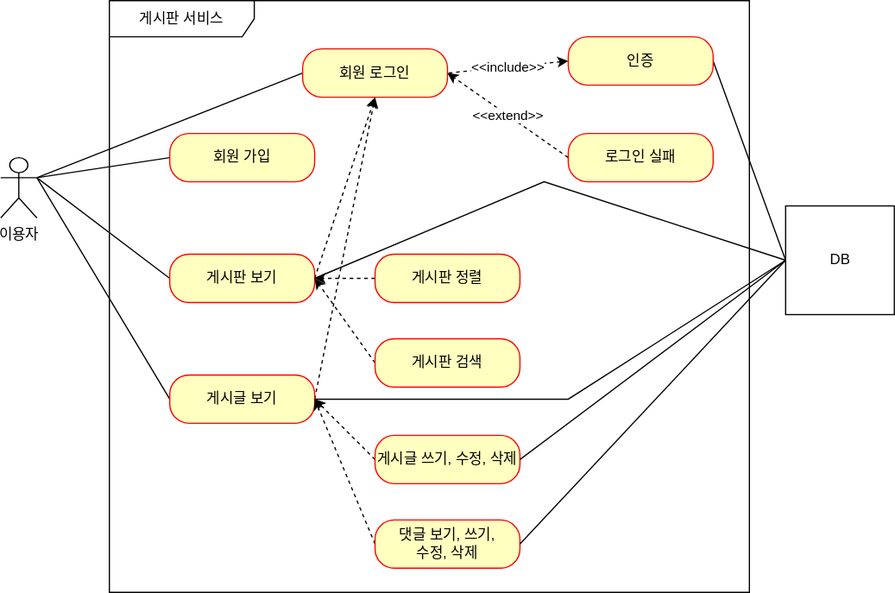
The draw.io diagram document/use-case.drawio.svg in BBlack-Hun/fastcampus-project-board, before a commit. Source tidied: cells renumbered, new cells last; positions are measured from the earlier drawing's top-left corner, leaving out a move shared by most shapes.
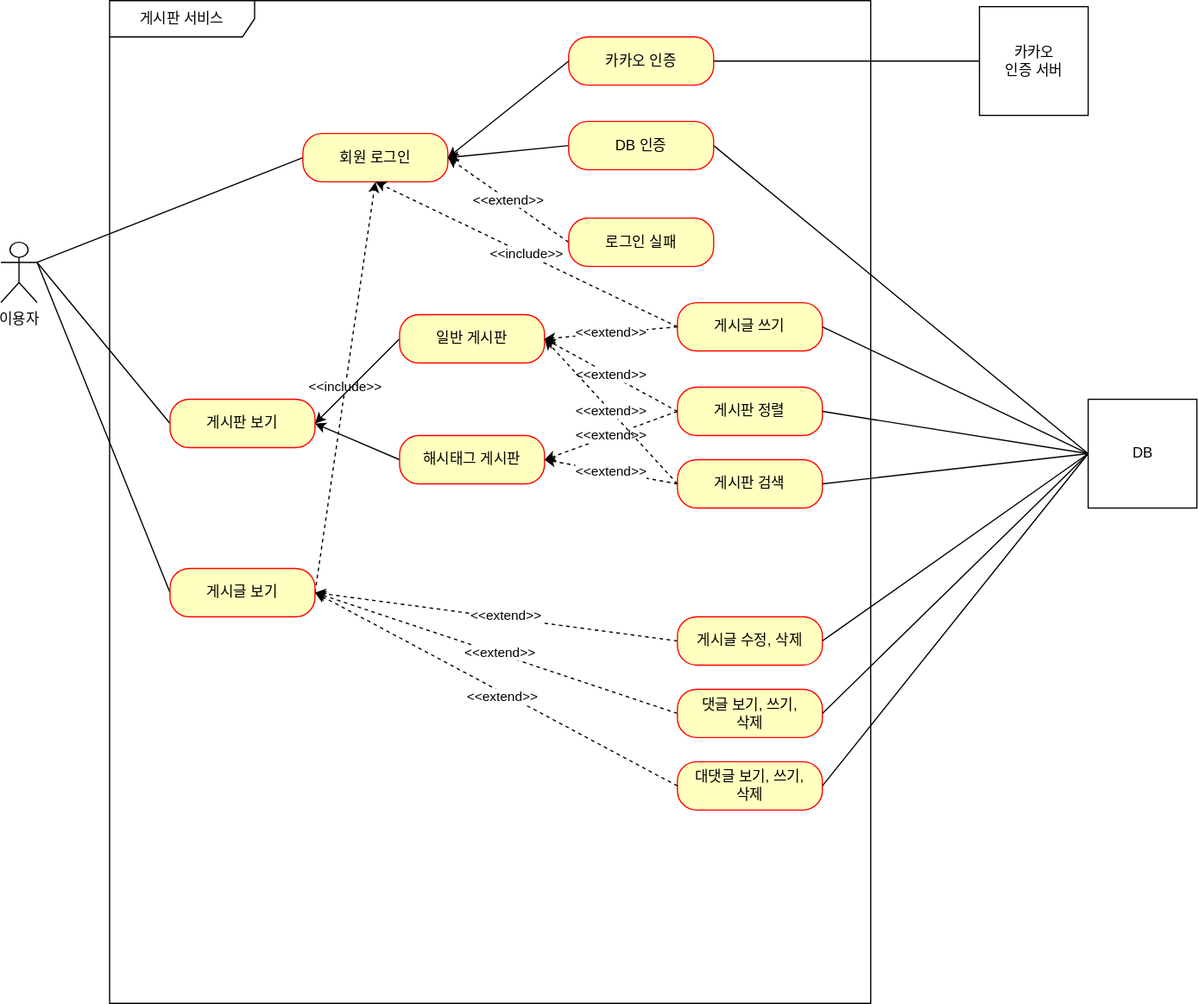
The same file after the commit.

Commit message:
#62 - use-case.svg: 현재 서비스 상황에 맞춰 업데이트

Diff of the diagram source:
```diff
@@ -6,31 +6,22 @@
       <mxGeometry y="130" width="30" height="50" as="geometry" />
     </mxCell>
     <mxCell id="3" value="게시판 서비스" style="shape=umlFrame;whiteSpace=wrap;html=1;width=120;height=30;" parent="1" vertex="1">
-      <mxGeometry x="90" width="530" height="490" as="geometry" />
+      <mxGeometry x="90" y="-70" width="630" height="830" as="geometry" />
     </mxCell>
-    <mxCell id="4" style="rounded=0;jettySize=auto;html=1;exitX=0;exitY=0.5;exitDx=0;exitDy=0;endArrow=none;endFill=0;entryX=1;entryY=0.3333333333333333;entryDx=0;entryDy=0;entryPerimeter=0;" parent="1" edge="1" source="5" target="2">
-      <mxGeometry relative="1" as="geometry" />
-    </mxCell>
-    <mxCell id="5" value="회원 가입" style="rounded=1;whiteSpace=wrap;html=1;arcSize=40;fontColor=#000000;fillColor=#ffffc0;strokeColor=#ff0000;" parent="1" vertex="1">
-      <mxGeometry x="140" y="110" width="120" height="40" as="geometry" />
-    </mxCell>
     <mxCell id="6" style="edgeStyle=none;rounded=0;jettySize=auto;html=1;exitX=0;exitY=0.5;exitDx=0;exitDy=0;entryX=1;entryY=0.3333333333333333;entryDx=0;entryDy=0;entryPerimeter=0;endArrow=none;endFill=0;" parent="1" edge="1" source="8" target="2">
       <mxGeometry relative="1" as="geometry" />
     </mxCell>
-    <mxCell id="7" style="edgeStyle=none;rounded=0;jettySize=auto;html=1;exitX=1;exitY=0.5;exitDx=0;exitDy=0;entryX=0.5;entryY=1;entryDx=0;entryDy=0;dashed=1;startArrow=none;startFill=0;endArrow=classic;endFill=1;" parent="1" edge="1" source="8" target="13">
-      <mxGeometry relative="1" as="geometry" />
-    </mxCell>
     <mxCell id="8" value="게시판 보기" style="rounded=1;whiteSpace=wrap;html=1;arcSize=40;fontColor=#000000;fillColor=#ffffc0;strokeColor=#ff0000;" parent="1" vertex="1">
-      <mxGeometry x="140" y="210" width="120" height="40" as="geometry" />
+      <mxGeometry x="140" y="260" width="120" height="40" as="geometry" />
     </mxCell>
     <mxCell id="9" style="edgeStyle=none;rounded=0;jettySize=auto;html=1;exitX=0;exitY=0.5;exitDx=0;exitDy=0;endArrow=none;endFill=0;entryX=1;entryY=0.3333333333333333;entryDx=0;entryDy=0;entryPerimeter=0;" parent="1" edge="1" source="11" target="2">
       <mxGeometry relative="1" as="geometry" />
     </mxCell>
-    <mxCell id="10" style="edgeStyle=none;rounded=0;jettySize=auto;html=1;exitX=1;exitY=0.5;exitDx=0;exitDy=0;entryX=0.5;entryY=1;entryDx=0;entryDy=0;dashed=1;startArrow=none;startFill=0;endArrow=classic;endFill=1;" parent="1" edge="1" source="11" target="13">
+    <mxCell id="10" value="&amp;lt;&amp;lt;include&amp;gt;&amp;gt;" style="edgeStyle=none;rounded=0;jettySize=auto;html=1;exitX=1;exitY=0.5;exitDx=0;exitDy=0;entryX=0.5;entryY=1;entryDx=0;entryDy=0;dashed=1;startArrow=none;startFill=0;endArrow=classic;endFill=1;" parent="1" edge="1" source="11" target="13">
       <mxGeometry relative="1" as="geometry" />
     </mxCell>
     <mxCell id="11" value="게시글 보기" style="rounded=1;whiteSpace=wrap;html=1;arcSize=40;fontColor=#000000;fillColor=#ffffc0;strokeColor=#ff0000;" parent="1" vertex="1">
-      <mxGeometry x="140" y="310" width="120" height="40" as="geometry" />
+      <mxGeometry x="140" y="400" width="120" height="40" as="geometry" />
     </mxCell>
     <mxCell id="12" style="edgeStyle=none;rounded=0;jettySize=auto;html=1;exitX=0;exitY=0.5;exitDx=0;exitDy=0;entryX=1;entryY=0.3333333333333333;entryDx=0;entryDy=0;entryPerimeter=0;endArrow=none;endFill=0;" parent="1" edge="1" source="13" target="2">
       <mxGeometry relative="1" as="geometry" />
@@ -38,13 +29,13 @@
     <mxCell id="13" value="회원 로그인" style="rounded=1;whiteSpace=wrap;html=1;arcSize=40;fontColor=#000000;fillColor=#ffffc0;strokeColor=#ff0000;" parent="1" vertex="1">
       <mxGeometry x="250" y="40" width="120" height="40" as="geometry" />
     </mxCell>
-    <mxCell id="14" value="&amp;lt;&amp;lt;include&amp;gt;&amp;gt;" style="edgeStyle=none;rounded=0;jettySize=auto;html=1;exitX=0;exitY=0.5;exitDx=0;exitDy=0;entryX=1;entryY=0.5;entryDx=0;entryDy=0;endArrow=none;endFill=0;dashed=1;startArrow=classic;startFill=1;" parent="1" edge="1" source="16" target="13">
+    <mxCell id="14" style="edgeStyle=none;rounded=0;jettySize=auto;html=1;exitX=0;exitY=0.5;exitDx=0;exitDy=0;entryX=1;entryY=0.5;entryDx=0;entryDy=0;endArrow=classic;endFill=1;startArrow=none;startFill=0;" parent="1" edge="1" source="16" target="13">
       <mxGeometry relative="1" as="geometry" />
     </mxCell>
     <mxCell id="15" style="edgeStyle=none;rounded=0;jettySize=auto;html=1;exitX=1;exitY=0.5;exitDx=0;exitDy=0;entryX=0;entryY=0.5;entryDx=0;entryDy=0;startArrow=none;startFill=0;endArrow=none;endFill=0;" parent="1" edge="1" source="16" target="32">
       <mxGeometry relative="1" as="geometry" />
     </mxCell>
-    <mxCell id="16" value="인증" style="rounded=1;whiteSpace=wrap;html=1;arcSize=40;fontColor=#000000;fillColor=#ffffc0;strokeColor=#ff0000;" parent="1" vertex="1">
+    <mxCell id="16" value="DB 인증" style="rounded=1;whiteSpace=wrap;html=1;arcSize=40;fontColor=#000000;fillColor=#ffffc0;strokeColor=#ff0000;" parent="1" vertex="1">
       <mxGeometry x="470" y="30" width="120" height="40" as="geometry" />
     </mxCell>
     <mxCell id="17" value="&amp;lt;&amp;lt;extend&amp;gt;&amp;gt;" style="edgeStyle=none;rounded=0;jettySize=auto;html=1;exitX=0;exitY=0.5;exitDx=0;exitDy=0;dashed=1;endArrow=classic;endFill=1;entryX=1;entryY=0.5;entryDx=0;entryDy=0;" parent="1" edge="1" source="18" target="13">
@@ -53,57 +44,104 @@
     <mxCell id="18" value="로그인 실패" style="rounded=1;whiteSpace=wrap;html=1;arcSize=40;fontColor=#000000;fillColor=#ffffc0;strokeColor=#ff0000;" parent="1" vertex="1">
       <mxGeometry x="470" y="110" width="120" height="40" as="geometry" />
     </mxCell>
-    <mxCell id="19" style="edgeStyle=none;rounded=0;jettySize=auto;html=1;exitX=0;exitY=0.5;exitDx=0;exitDy=0;dashed=1;startArrow=none;startFill=0;endArrow=classic;endFill=1;" parent="1" edge="1" source="21" target="8">
+    <mxCell id="19" style="edgeStyle=none;rounded=0;jettySize=auto;html=1;exitX=0;exitY=0.5;exitDx=0;exitDy=0;startArrow=none;startFill=0;endArrow=classic;endFill=1;entryX=1;entryY=0.5;entryDx=0;entryDy=0;" parent="1" edge="1" source="21" target="8">
       <mxGeometry relative="1" as="geometry" />
     </mxCell>
-    <mxCell id="20" style="edgeStyle=none;rounded=0;jettySize=auto;html=1;startArrow=none;startFill=0;endArrow=none;endFill=0;" parent="1" edge="1" source="21">
-      <mxGeometry relative="1" as="geometry">
-        <mxPoint x="400" y="226.7" as="targetPoint" />
-      </mxGeometry>
-    </mxCell>
-    <mxCell id="21" value="게시판 정렬" style="rounded=1;whiteSpace=wrap;html=1;arcSize=40;fontColor=#000000;fillColor=#ffffc0;strokeColor=#ff0000;" parent="1" vertex="1">
-      <mxGeometry x="310" y="210" width="120" height="40" as="geometry" />
+    <mxCell id="21" value="일반 게시판" style="rounded=1;whiteSpace=wrap;html=1;arcSize=40;fontColor=#000000;fillColor=#ffffc0;strokeColor=#ff0000;" parent="1" vertex="1">
+      <mxGeometry x="330" y="190" width="120" height="40" as="geometry" />
     </mxCell>
-    <mxCell id="22" style="edgeStyle=none;rounded=0;jettySize=auto;html=1;exitX=0;exitY=0.5;exitDx=0;exitDy=0;entryX=1;entryY=0.5;entryDx=0;entryDy=0;dashed=1;startArrow=none;startFill=0;endArrow=classic;endFill=1;" parent="1" edge="1" source="23" target="8">
+    <mxCell id="22" style="edgeStyle=none;rounded=0;jettySize=auto;html=1;exitX=0;exitY=0.5;exitDx=0;exitDy=0;entryX=1;entryY=0.5;entryDx=0;entryDy=0;startArrow=none;startFill=0;endArrow=classic;endFill=1;" parent="1" edge="1" source="23" target="8">
       <mxGeometry relative="1" as="geometry" />
     </mxCell>
-    <mxCell id="23" value="게시판 검색" style="rounded=1;whiteSpace=wrap;html=1;arcSize=40;fontColor=#000000;fillColor=#ffffc0;strokeColor=#ff0000;" parent="1" vertex="1">
-      <mxGeometry x="310" y="280" width="120" height="40" as="geometry" />
+    <mxCell id="23" value="해시태그 게시판" style="rounded=1;whiteSpace=wrap;html=1;arcSize=40;fontColor=#000000;fillColor=#ffffc0;strokeColor=#ff0000;" parent="1" vertex="1">
+      <mxGeometry x="330" y="290" width="120" height="40" as="geometry" />
     </mxCell>
-    <mxCell id="24" style="edgeStyle=none;rounded=0;jettySize=auto;html=1;exitX=0;exitY=0.5;exitDx=0;exitDy=0;entryX=1;entryY=0.5;entryDx=0;entryDy=0;dashed=1;startArrow=none;startFill=0;endArrow=classic;endFill=1;" parent="1" edge="1" source="25" target="11">
+    <mxCell id="24" style="edgeStyle=none;rounded=0;jettySize=auto;html=1;exitX=0;exitY=0.5;exitDx=0;exitDy=0;entryX=1;entryY=0.5;entryDx=0;entryDy=0;dashed=1;startArrow=none;startFill=0;endArrow=classic;endFill=1;" parent="1" edge="1" source="39" target="11">
       <mxGeometry relative="1" as="geometry" />
     </mxCell>
-    <mxCell id="25" value="게시글 쓰기, 수정, 삭제" style="rounded=1;whiteSpace=wrap;html=1;arcSize=40;fontColor=#000000;fillColor=#ffffc0;strokeColor=#ff0000;" parent="1" vertex="1">
-      <mxGeometry x="310" y="360" width="120" height="40" as="geometry" />
-    </mxCell>
+    <mxCell id="33" value="&amp;lt;&amp;lt;extend&amp;gt;&amp;gt;" style="edgeLabel;html=1;align=center;verticalAlign=middle;" parent="24" vertex="1">
+      <mxGeometry x="-0.05" y="-2" relative="1" as="geometry" />
+    </mxCell>
-    <mxCell id="26" style="edgeStyle=none;rounded=0;jettySize=auto;html=1;exitX=0;exitY=0.5;exitDx=0;exitDy=0;entryX=1;entryY=0.5;entryDx=0;entryDy=0;dashed=1;startArrow=none;startFill=0;endArrow=classic;endFill=1;" parent="1" edge="1" source="27" target="11">
+    <mxCell id="26" style="edgeStyle=none;rounded=0;jettySize=auto;html=1;exitX=0;exitY=0.5;exitDx=0;exitDy=0;entryX=1;entryY=0.5;entryDx=0;entryDy=0;dashed=1;startArrow=none;startFill=0;endArrow=classic;endFill=1;" parent="1" edge="1" source="43" target="11">
       <mxGeometry relative="1" as="geometry" />
     </mxCell>
-    <mxCell id="27" value="댓글 보기, 쓰기, &lt;br&gt;수정, 삭제" style="rounded=1;whiteSpace=wrap;html=1;arcSize=40;fontColor=#000000;fillColor=#ffffc0;strokeColor=#ff0000;" parent="1" vertex="1">
-      <mxGeometry x="310" y="430" width="120" height="40" as="geometry" />
-    </mxCell>
-    <mxCell id="28" style="edgeStyle=none;rounded=0;jettySize=auto;html=1;exitX=0;exitY=0.5;exitDx=0;exitDy=0;entryX=1;entryY=0.5;entryDx=0;entryDy=0;startArrow=none;startFill=0;endArrow=none;endFill=0;" parent="1" edge="1" source="32" target="8">
-      <mxGeometry relative="1" as="geometry">
-        <Array as="points">
-          <mxPoint x="450" y="150" />
-        </Array>
-      </mxGeometry>
-    </mxCell>
-    <mxCell id="29" style="edgeStyle=none;rounded=0;jettySize=auto;html=1;exitX=0;exitY=0.5;exitDx=0;exitDy=0;entryX=1;entryY=0.5;entryDx=0;entryDy=0;startArrow=none;startFill=0;endArrow=none;endFill=0;" parent="1" edge="1" source="32" target="11">
-      <mxGeometry relative="1" as="geometry">
-        <Array as="points">
-          <mxPoint x="470" y="330" />
-        </Array>
-      </mxGeometry>
-    </mxCell>
-    <mxCell id="30" style="edgeStyle=none;rounded=0;jettySize=auto;html=1;exitX=0;exitY=0.5;exitDx=0;exitDy=0;entryX=1;entryY=0.5;entryDx=0;entryDy=0;startArrow=none;startFill=0;endArrow=none;endFill=0;" parent="1" edge="1" source="32" target="25">
-      <mxGeometry relative="1" as="geometry" />
-    </mxCell>
-    <mxCell id="31" style="edgeStyle=none;rounded=0;jettySize=auto;html=1;exitX=0;exitY=0.5;exitDx=0;exitDy=0;entryX=1;entryY=0.5;entryDx=0;entryDy=0;startArrow=none;startFill=0;endArrow=none;endFill=0;" parent="1" edge="1" source="32" target="27">
-      <mxGeometry relative="1" as="geometry" />
-    </mxCell>
+    <mxCell id="34" value="&amp;lt;&amp;lt;extend&amp;gt;&amp;gt;" style="edgeLabel;html=1;align=center;verticalAlign=middle;" parent="26" vertex="1">
+      <mxGeometry x="-0.02" y="-1" relative="1" as="geometry" />
+    </mxCell>
     <mxCell id="32" value="DB" style="html=1;" parent="1" vertex="1">
-      <mxGeometry x="650" y="170" width="90" height="90" as="geometry" />
+      <mxGeometry x="900" y="260" width="90" height="90" as="geometry" />
     </mxCell>
+    <mxCell id="35" style="edgeStyle=orthogonalEdgeStyle;rounded=0;jettySize=auto;html=1;exitX=1;exitY=0.5;exitDx=0;exitDy=0;entryX=0;entryY=0.5;entryDx=0;entryDy=0;startArrow=none;startFill=0;endArrow=none;endFill=0;" parent="1" edge="1" source="36" target="38">
+      <mxGeometry relative="1" as="geometry" />
+    </mxCell>
+    <mxCell id="36" value="카카오 인증" style="rounded=1;whiteSpace=wrap;html=1;arcSize=40;fontColor=#000000;fillColor=#ffffc0;strokeColor=#ff0000;" parent="1" vertex="1">
+      <mxGeometry x="470" y="-40" width="120" height="40" as="geometry" />
+    </mxCell>
+    <mxCell id="37" style="edgeStyle=none;rounded=0;jettySize=auto;html=1;exitX=0;exitY=0.5;exitDx=0;exitDy=0;entryX=1;entryY=0.5;entryDx=0;entryDy=0;endArrow=classic;endFill=1;startArrow=none;startFill=0;" parent="1" edge="1" source="36" target="13">
+      <mxGeometry relative="1" as="geometry" />
+    </mxCell>
+    <mxCell id="38" value="카카오&lt;br&gt;인증 서버" style="html=1;" parent="1" vertex="1">
+      <mxGeometry x="810" y="-65" width="90" height="90" as="geometry" />
+    </mxCell>
+    <mxCell id="39" value="게시글 수정, 삭제" style="rounded=1;whiteSpace=wrap;html=1;arcSize=40;fontColor=#000000;fillColor=#ffffc0;strokeColor=#ff0000;" parent="1" vertex="1">
+      <mxGeometry x="560" y="440" width="120" height="40" as="geometry" />
+    </mxCell>
+    <mxCell id="40" value="게시판 검색" style="rounded=1;whiteSpace=wrap;html=1;arcSize=40;fontColor=#000000;fillColor=#ffffc0;strokeColor=#ff0000;" parent="1" vertex="1">
+      <mxGeometry x="560" y="310" width="120" height="40" as="geometry" />
+    </mxCell>
+    <mxCell id="41" value="게시글 쓰기" style="rounded=1;whiteSpace=wrap;html=1;arcSize=40;fontColor=#000000;fillColor=#ffffc0;strokeColor=#ff0000;" parent="1" vertex="1">
+      <mxGeometry x="560" y="180" width="120" height="40" as="geometry" />
+    </mxCell>
+    <mxCell id="42" value="게시판 정렬" style="rounded=1;whiteSpace=wrap;html=1;arcSize=40;fontColor=#000000;fillColor=#ffffc0;strokeColor=#ff0000;" parent="1" vertex="1">
+      <mxGeometry x="560" y="250" width="120" height="40" as="geometry" />
+    </mxCell>
+    <mxCell id="43" value="댓글 보기, 쓰기,&lt;br&gt;삭제" style="rounded=1;whiteSpace=wrap;html=1;arcSize=40;fontColor=#000000;fillColor=#ffffc0;strokeColor=#ff0000;" parent="1" vertex="1">
+      <mxGeometry x="560" y="500" width="120" height="40" as="geometry" />
+    </mxCell>
+    <mxCell id="44" value="대댓글 보기, 쓰기,&lt;br&gt;삭제" style="rounded=1;whiteSpace=wrap;html=1;arcSize=40;fontColor=#000000;fillColor=#ffffc0;strokeColor=#ff0000;" parent="1" vertex="1">
+      <mxGeometry x="560" y="560" width="120" height="40" as="geometry" />
+    </mxCell>
+    <mxCell id="45" style="edgeStyle=none;rounded=0;jettySize=auto;html=1;exitX=0;exitY=0.5;exitDx=0;exitDy=0;dashed=1;startArrow=none;startFill=0;endArrow=classic;endFill=1;entryX=1;entryY=0.5;entryDx=0;entryDy=0;" parent="1" edge="1" source="44" target="11">
+      <mxGeometry relative="1" as="geometry" />
+    </mxCell>
+    <mxCell id="46" value="&amp;lt;&amp;lt;extend&amp;gt;&amp;gt;" style="edgeLabel;html=1;align=center;verticalAlign=middle;" parent="45" vertex="1">
+      <mxGeometry x="-0.04" y="3" relative="1" as="geometry" />
+    </mxCell>
+    <mxCell id="47" style="edgeStyle=none;rounded=0;jettySize=auto;html=1;exitX=1;exitY=0.5;exitDx=0;exitDy=0;entryX=0;entryY=0.5;entryDx=0;entryDy=0;startArrow=none;startFill=0;endArrow=none;endFill=0;" parent="1" edge="1" source="41" target="32">
+      <mxGeometry relative="1" as="geometry" />
+    </mxCell>
+    <mxCell id="48" style="edgeStyle=none;rounded=0;jettySize=auto;html=1;exitX=1;exitY=0.5;exitDx=0;exitDy=0;entryX=0;entryY=0.5;entryDx=0;entryDy=0;startArrow=none;startFill=0;endArrow=none;endFill=0;" parent="1" edge="1" source="42" target="32">
+      <mxGeometry relative="1" as="geometry" />
+    </mxCell>
+    <mxCell id="49" style="edgeStyle=none;rounded=0;jettySize=auto;html=1;exitX=1;exitY=0.5;exitDx=0;exitDy=0;entryX=0;entryY=0.5;entryDx=0;entryDy=0;startArrow=none;startFill=0;endArrow=none;endFill=0;" parent="1" edge="1" source="40" target="32">
+      <mxGeometry relative="1" as="geometry" />
+    </mxCell>
+    <mxCell id="50" style="edgeStyle=none;rounded=0;jettySize=auto;html=1;exitX=1;exitY=0.5;exitDx=0;exitDy=0;entryX=0;entryY=0.5;entryDx=0;entryDy=0;startArrow=none;startFill=0;endArrow=none;endFill=0;" parent="1" edge="1" source="39" target="32">
+      <mxGeometry relative="1" as="geometry" />
+    </mxCell>
+    <mxCell id="51" style="edgeStyle=none;rounded=0;jettySize=auto;html=1;exitX=1;exitY=0.5;exitDx=0;exitDy=0;entryX=0;entryY=0.5;entryDx=0;entryDy=0;startArrow=none;startFill=0;endArrow=none;endFill=0;" parent="1" edge="1" source="44" target="32">
+      <mxGeometry relative="1" as="geometry" />
+    </mxCell>
+    <mxCell id="52" style="edgeStyle=none;rounded=0;jettySize=auto;html=1;exitX=1;exitY=0.5;exitDx=0;exitDy=0;entryX=0;entryY=0.5;entryDx=0;entryDy=0;startArrow=none;startFill=0;endArrow=none;endFill=0;" parent="1" edge="1" source="43" target="32">
+      <mxGeometry relative="1" as="geometry" />
+    </mxCell>
+    <mxCell id="53" value="&amp;lt;&amp;lt;include&amp;gt;&amp;gt;" style="edgeStyle=none;rounded=0;jettySize=auto;html=1;exitX=0;exitY=0.5;exitDx=0;exitDy=0;dashed=1;endArrow=classic;endFill=1;entryX=0.5;entryY=1;entryDx=0;entryDy=0;" parent="1" edge="1" source="41" target="13">
+      <mxGeometry relative="1" as="geometry" />
+    </mxCell>
+    <mxCell id="54" value="&amp;lt;&amp;lt;extend&amp;gt;&amp;gt;" style="edgeStyle=none;rounded=0;jettySize=auto;html=1;exitX=0;exitY=0.5;exitDx=0;exitDy=0;dashed=1;endArrow=classic;endFill=1;entryX=1;entryY=0.5;entryDx=0;entryDy=0;" parent="1" edge="1" source="41" target="21">
+      <mxGeometry relative="1" as="geometry" />
+    </mxCell>
+    <mxCell id="55" value="&amp;lt;&amp;lt;extend&amp;gt;&amp;gt;" style="edgeStyle=none;rounded=0;jettySize=auto;html=1;exitX=0;exitY=0.5;exitDx=0;exitDy=0;dashed=1;endArrow=classic;endFill=1;entryX=1;entryY=0.5;entryDx=0;entryDy=0;" parent="1" edge="1" source="42" target="23">
+      <mxGeometry relative="1" as="geometry" />
+    </mxCell>
+    <mxCell id="56" value="&amp;lt;&amp;lt;extend&amp;gt;&amp;gt;" style="edgeStyle=none;rounded=0;jettySize=auto;html=1;exitX=0;exitY=0.5;exitDx=0;exitDy=0;dashed=1;endArrow=classic;endFill=1;entryX=1;entryY=0.5;entryDx=0;entryDy=0;" parent="1" edge="1" source="40" target="23">
+      <mxGeometry relative="1" as="geometry" />
+    </mxCell>
+    <mxCell id="57" value="&amp;lt;&amp;lt;extend&amp;gt;&amp;gt;" style="edgeStyle=none;rounded=0;jettySize=auto;html=1;exitX=0;exitY=0.5;exitDx=0;exitDy=0;dashed=1;endArrow=classic;endFill=1;entryX=1;entryY=0.5;entryDx=0;entryDy=0;" parent="1" edge="1" source="42" target="21">
+      <mxGeometry relative="1" as="geometry" />
+    </mxCell>
+    <mxCell id="58" value="&amp;lt;&amp;lt;extend&amp;gt;&amp;gt;" style="edgeStyle=none;rounded=0;jettySize=auto;html=1;exitX=0;exitY=0.5;exitDx=0;exitDy=0;dashed=1;endArrow=classic;endFill=1;entryX=1;entryY=0.5;entryDx=0;entryDy=0;" parent="1" edge="1" source="40" target="21">
+      <mxGeometry relative="1" as="geometry" />
+    </mxCell>
   </root>
 </mxGraphModel>
```
